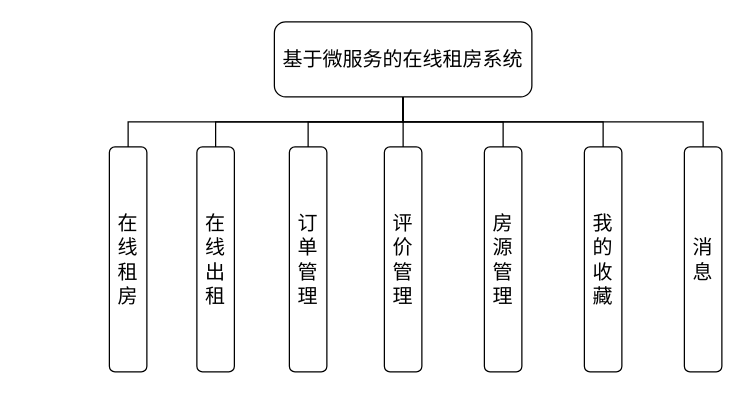
Above: page "系统功能列表" (1 of 2) of 系统功能列表.drawio in CQUT-yingyan-ZTJ/images (draw.io), before the change. Source tidied: cells renumbered, new cells numbered last; positions are measured from the earlier drawing's top-left corner, leaving out a move shared by most shapes. Both pictures are drawn from the tidied source at 125%, with x=0, y=0 at pixel (109, 21).
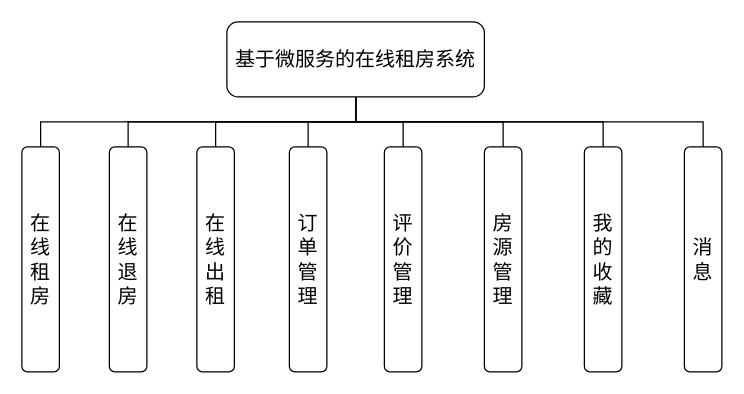
After the change.

Diff of the diagram source:
```diff
@@
 <mxGraphModel>
   <root>
     <mxCell id="0" />
     <mxCell id="1" parent="0" />
     <mxCell id="2" value="基于微服务的在线租房系统" style="rounded=1;whiteSpace=wrap;html=1;fontSize=16;" parent="1" vertex="1">
-      <mxGeometry x="132" width="206" height="60" as="geometry" />
+      <mxGeometry x="94" width="206" height="60" as="geometry" />
     </mxCell>
     <mxCell id="3" style="edgeStyle=orthogonalEdgeStyle;rounded=0;jettySize=auto;html=1;exitX=0.5;exitY=0;exitDx=0;exitDy=0;entryX=0.5;entryY=1;entryDx=0;entryDy=0;endArrow=none;endFill=0;" parent="1" edge="1" source="4" target="2">
       <mxGeometry relative="1" as="geometry" />
     </mxCell>
-    <mxCell id="4" value="在线租房" style="rounded=1;whiteSpace=wrap;html=1;verticalAlign=middle;horizontal=1;fontStyle=0;labelPosition=center;verticalLabelPosition=middle;align=center;fontSize=16;" parent="1" vertex="1">
+    <mxCell id="4" value="在线退房" style="rounded=1;whiteSpace=wrap;html=1;verticalAlign=middle;horizontal=1;fontStyle=0;labelPosition=center;verticalLabelPosition=middle;align=center;fontSize=16;" parent="1" vertex="1">
       <mxGeometry y="100" width="30" height="180" as="geometry" />
     </mxCell>
     <mxCell id="5" style="edgeStyle=orthogonalEdgeStyle;rounded=0;jettySize=auto;html=1;exitX=0.5;exitY=0;exitDx=0;exitDy=0;entryX=0.5;entryY=1;entryDx=0;entryDy=0;endArrow=none;endFill=0;" parent="1" edge="1" source="6" target="2">
       <mxGeometry relative="1" as="geometry" />
     </mxCell>
     <mxCell id="6" value="在线出租" style="rounded=1;whiteSpace=wrap;html=1;verticalAlign=middle;horizontal=1;fontStyle=0;labelPosition=center;verticalLabelPosition=middle;align=center;fontSize=16;" parent="1" vertex="1">
       <mxGeometry x="70" y="100" width="30" height="180" as="geometry" />
     </mxCell>
     <mxCell id="7" style="edgeStyle=orthogonalEdgeStyle;rounded=0;jettySize=auto;html=1;exitX=0.5;exitY=0;exitDx=0;exitDy=0;entryX=0.5;entryY=1;entryDx=0;entryDy=0;endArrow=none;endFill=0;" parent="1" edge="1" source="8" target="2">
       <mxGeometry relative="1" as="geometry" />
     </mxCell>
     <mxCell id="8" value="订单管理" style="rounded=1;whiteSpace=wrap;html=1;verticalAlign=middle;horizontal=1;fontStyle=0;labelPosition=center;verticalLabelPosition=middle;align=center;fontSize=16;" parent="1" vertex="1">
       <mxGeometry x="144" y="100" width="30" height="180" as="geometry" />
     </mxCell>
     <mxCell id="9" style="edgeStyle=orthogonalEdgeStyle;rounded=0;jettySize=auto;html=1;exitX=0.5;exitY=0;exitDx=0;exitDy=0;entryX=0.5;entryY=1;entryDx=0;entryDy=0;endArrow=none;endFill=0;" parent="1" edge="1" source="10" target="2">
       <mxGeometry relative="1" as="geometry" />
     </mxCell>
     <mxCell id="10" value="评价管理" style="rounded=1;whiteSpace=wrap;html=1;verticalAlign=middle;horizontal=1;fontStyle=0;labelPosition=center;verticalLabelPosition=middle;align=center;fontSize=16;" parent="1" vertex="1">
       <mxGeometry x="220" y="100" width="30" height="180" as="geometry" />
     </mxCell>
     <mxCell id="11" style="edgeStyle=orthogonalEdgeStyle;rounded=0;jettySize=auto;html=1;exitX=0.5;exitY=0;exitDx=0;exitDy=0;entryX=0.5;entryY=1;entryDx=0;entryDy=0;endArrow=none;endFill=0;" parent="1" edge="1" source="12" target="2">
       <mxGeometry relative="1" as="geometry" />
     </mxCell>
     <mxCell id="12" value="房源管理" style="rounded=1;whiteSpace=wrap;html=1;verticalAlign=middle;horizontal=1;fontStyle=0;labelPosition=center;verticalLabelPosition=middle;align=center;fontSize=16;" parent="1" vertex="1">
       <mxGeometry x="300" y="100" width="30" height="180" as="geometry" />
     </mxCell>
     <mxCell id="13" style="edgeStyle=orthogonalEdgeStyle;rounded=0;jettySize=auto;html=1;exitX=0.5;exitY=0;exitDx=0;exitDy=0;entryX=0.5;entryY=1;entryDx=0;entryDy=0;endArrow=none;endFill=0;" parent="1" edge="1" source="14" target="2">
       <mxGeometry relative="1" as="geometry" />
     </mxCell>
     <mxCell id="14" value="我的收藏" style="rounded=1;whiteSpace=wrap;html=1;verticalAlign=middle;horizontal=1;fontStyle=0;labelPosition=center;verticalLabelPosition=middle;align=center;fontSize=16;" parent="1" vertex="1">
       <mxGeometry x="380" y="100" width="30" height="180" as="geometry" />
     </mxCell>
     <mxCell id="15" style="edgeStyle=orthogonalEdgeStyle;rounded=0;jettySize=auto;html=1;exitX=0.5;exitY=0;exitDx=0;exitDy=0;entryX=0.5;entryY=1;entryDx=0;entryDy=0;endArrow=none;endFill=0;" parent="1" edge="1" source="16" target="2">
       <mxGeometry relative="1" as="geometry" />
     </mxCell>
     <mxCell id="16" value="消息" style="rounded=1;whiteSpace=wrap;html=1;verticalAlign=middle;horizontal=1;fontStyle=0;labelPosition=center;verticalLabelPosition=middle;align=center;fontSize=16;" parent="1" vertex="1">
       <mxGeometry x="460" y="100" width="30" height="180" as="geometry" />
     </mxCell>
+    <mxCell id="17" style="edgeStyle=orthogonalEdgeStyle;rounded=0;jettySize=auto;html=1;exitX=0.5;exitY=0;exitDx=0;exitDy=0;entryX=0.5;entryY=1;entryDx=0;entryDy=0;endArrow=none;endFill=0;" parent="1" edge="1" source="18" target="2">
+      <mxGeometry relative="1" as="geometry" />
+    </mxCell>
+    <mxCell id="18" value="在线租房" style="rounded=1;whiteSpace=wrap;html=1;verticalAlign=middle;horizontal=1;fontStyle=0;labelPosition=center;verticalLabelPosition=middle;align=center;fontSize=16;" parent="1" vertex="1">
+      <mxGeometry x="-70" y="100" width="30" height="180" as="geometry" />
+    </mxCell>
   </root>
 </mxGraphModel>
```
